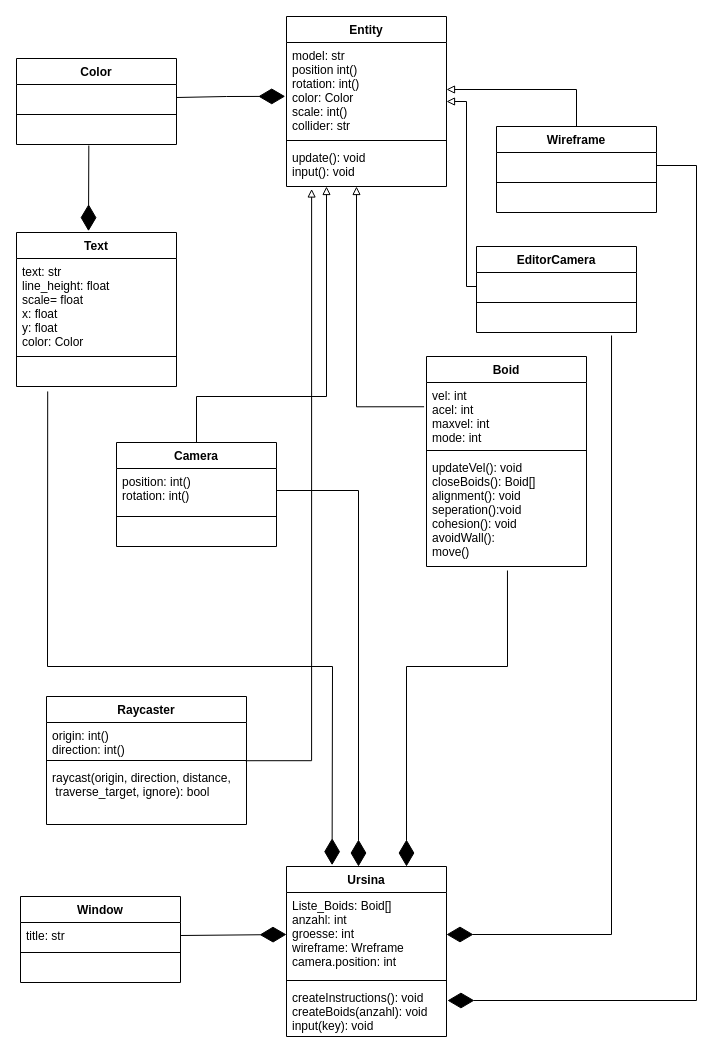
Above: LaTeX_Documentation/UML/Unbenanntes Diagramm.drawio in 57urmKr1pp3/Boids (draw.io), before the change. Source tidied: cells renumbered, new cells numbered last; positions are measured from the earlier drawing's top-left corner, leaving out a move shared by most shapes. Both pictures are drawn from the tidied source at 100%, with x=0, y=0 at pixel (16, 16).
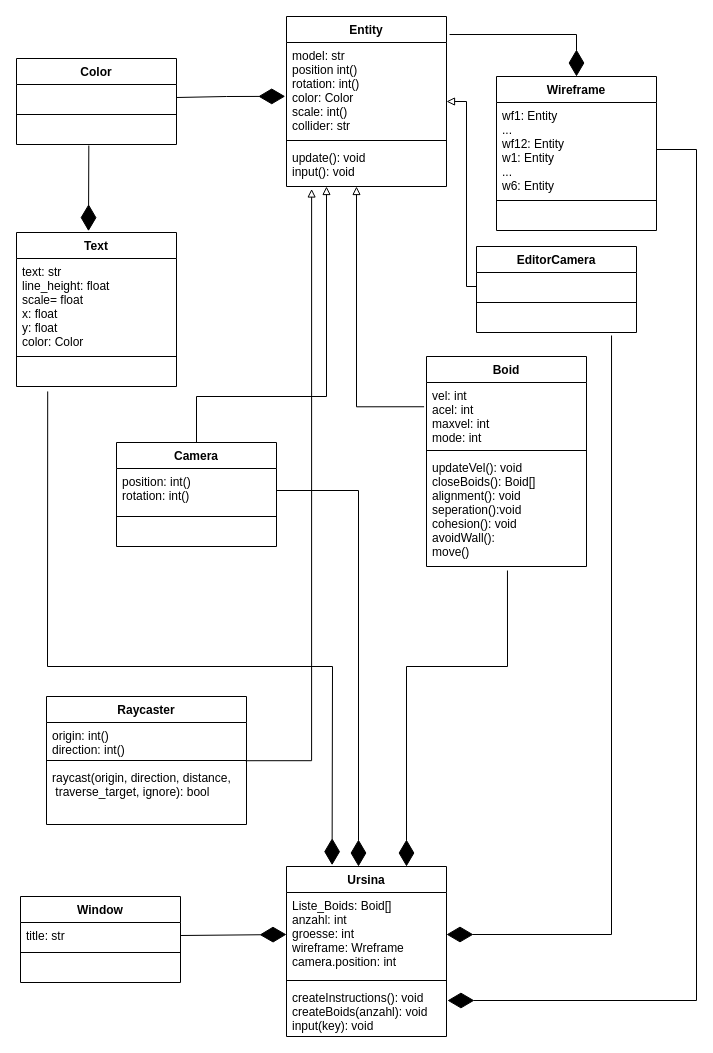
After the change.

Commit message (it also covers changes not shown here):
zeilen Angaben und getter/setter bei Wireframe

Unchanged cells that the change refers to:
```xml
<mxCell id="2" value="Entity" style="swimlane;fontStyle=1;align=center;verticalAlign=top;horizontal=1;startSize=26;" parent="1" vertex="1">
  <mxGeometry x="270" width="160" height="170" as="geometry" />
</mxCell>
<mxCell id="3" value="model: str&#10;position int()&#10;rotation: int()&#10;color: Color&#10;scale: int()&#10;collider: str&#10;" style="text;strokeColor=none;fillColor=none;align=left;verticalAlign=top;spacingLeft=4;spacingRight=4;overflow=hidden;points=[[0,0.5],[1,0.5]];portConstraint=eastwest;" parent="2" vertex="1">
  <mxGeometry y="26" width="160" height="94" as="geometry" />
</mxCell>
<mxCell id="19" value="createInstructions(): void&#10;createBoids(anzahl): void&#10;input(key): void" style="text;strokeColor=none;fillColor=none;align=left;verticalAlign=top;spacingLeft=4;spacingRight=4;overflow=hidden;points=[[0,0.5],[1,0.5]];portConstraint=eastwest;" parent="16" vertex="1">
  <mxGeometry y="118" width="160" height="52" as="geometry" />
</mxCell>
```

Diff of the diagram source:
```diff
@@
-    <mxCell id="11" style="edgeStyle=orthogonalEdgeStyle;rounded=0;jettySize=auto;html=1;exitX=0.5;exitY=0;exitDx=0;exitDy=0;entryX=1;entryY=0.5;entryDx=0;entryDy=0;endArrow=block;endFill=0;strokeWidth=1;" parent="1" edge="1" source="12" target="3">
-      <mxGeometry relative="1" as="geometry" />
-    </mxCell>
     <mxCell id="12" value="Wireframe" style="swimlane;fontStyle=1;align=center;verticalAlign=top;horizontal=1;startSize=26;" parent="1" vertex="1">
-      <mxGeometry x="480" y="110" width="160" height="86" as="geometry" />
+      <mxGeometry x="480" y="60" width="160" height="154" as="geometry" />
     </mxCell>
-    <mxCell id="13" value="&#10;&#10;" style="text;strokeColor=none;fillColor=none;align=left;verticalAlign=top;spacingLeft=4;spacingRight=4;overflow=hidden;points=[[0,0.5],[1,0.5]];portConstraint=eastwest;" parent="12" vertex="1">
-      <mxGeometry y="26" width="160" height="26" as="geometry" />
+    <mxCell id="13" value="wf1: Entity&#10;...&#10;wf12: Entity&#10;w1: Entity&#10;...&#10;w6: Entity" style="text;strokeColor=none;fillColor=none;align=left;verticalAlign=top;spacingLeft=4;spacingRight=4;overflow=hidden;points=[[0,0.5],[1,0.5]];portConstraint=eastwest;" parent="12" vertex="1">
+      <mxGeometry y="26" width="160" height="94" as="geometry" />
     </mxCell>
     <mxCell id="14" style="line;strokeWidth=1;fillColor=none;align=left;verticalAlign=middle;spacingTop=-1;spacingLeft=3;spacingRight=3;labelPosition=right;" parent="12" vertex="1">
-      <mxGeometry y="52" width="160" height="8" as="geometry" />
+      <mxGeometry y="120" width="160" height="8" as="geometry" />
     </mxCell>
     <mxCell id="15" value="&#10;&#10;" style="text;strokeColor=none;fillColor=none;align=left;verticalAlign=top;spacingLeft=4;spacingRight=4;overflow=hidden;" parent="12" vertex="1">
-      <mxGeometry y="60" width="160" height="26" as="geometry" />
+      <mxGeometry y="128" width="160" height="26" as="geometry" />
     </mxCell>
@@
     <mxCell id="49" style="endArrow=diamondThin;endFill=1;endSize=24;html=1;rounded=0;strokeWidth=1;entryX=1.006;entryY=0.308;entryDx=0;entryDy=0;entryPerimeter=0;exitX=1;exitY=0.5;exitDx=0;exitDy=0;" parent="1" edge="1" source="13" target="19">
       <mxGeometry relative="1" as="geometry">
         <Array as="points">
-          <mxPoint x="680" y="149" />
+          <mxPoint x="680" y="133" />
           <mxPoint x="680" y="984" />
         </Array>
       </mxGeometry>
     </mxCell>
@@
+    <mxCell id="55" style="endArrow=diamondThin;endFill=1;endSize=24;html=1;rounded=0;exitX=1.019;exitY=0.106;exitDx=0;exitDy=0;exitPerimeter=0;" parent="1" edge="1" source="2">
+      <mxGeometry relative="1" as="geometry">
+        <mxPoint x="560" y="60" as="targetPoint" />
+        <Array as="points">
+          <mxPoint x="560" y="18" />
+        </Array>
+      </mxGeometry>
+    </mxCell>
```
